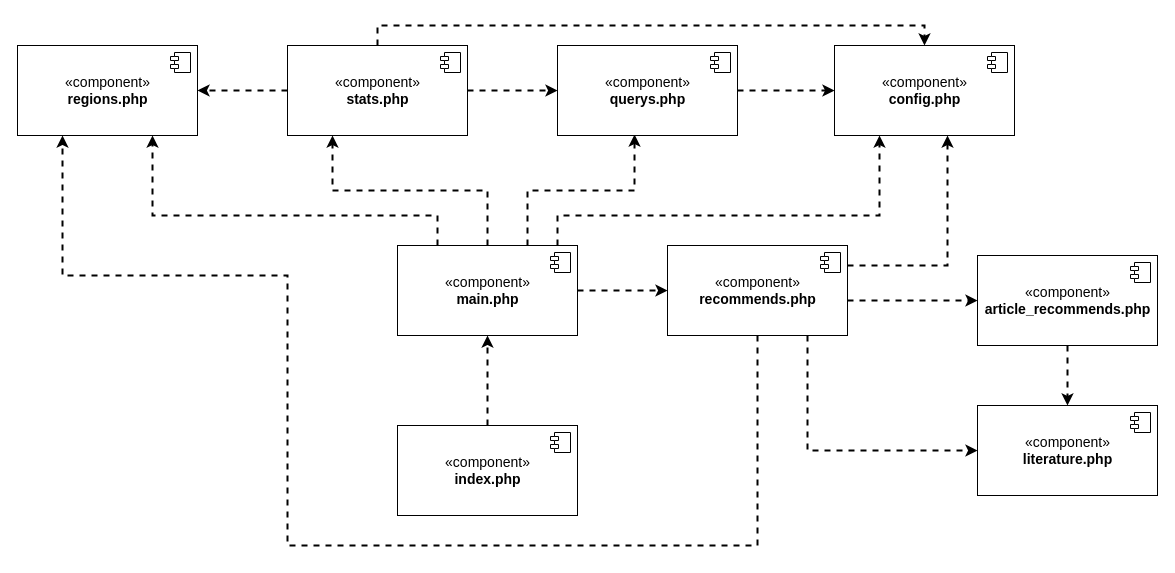
scharkoff/our-safety keeps this draw.io diagram as assets/diagrams/components.drawio. Above is the earlier version. Source tidied: cells renumbered, new cells numbered last; positions are measured from the earlier drawing's top-left corner, leaving out a move shared by most shapes. Both pictures are drawn from the tidied source at 100%, with x=0, y=0 at pixel (17, 25).
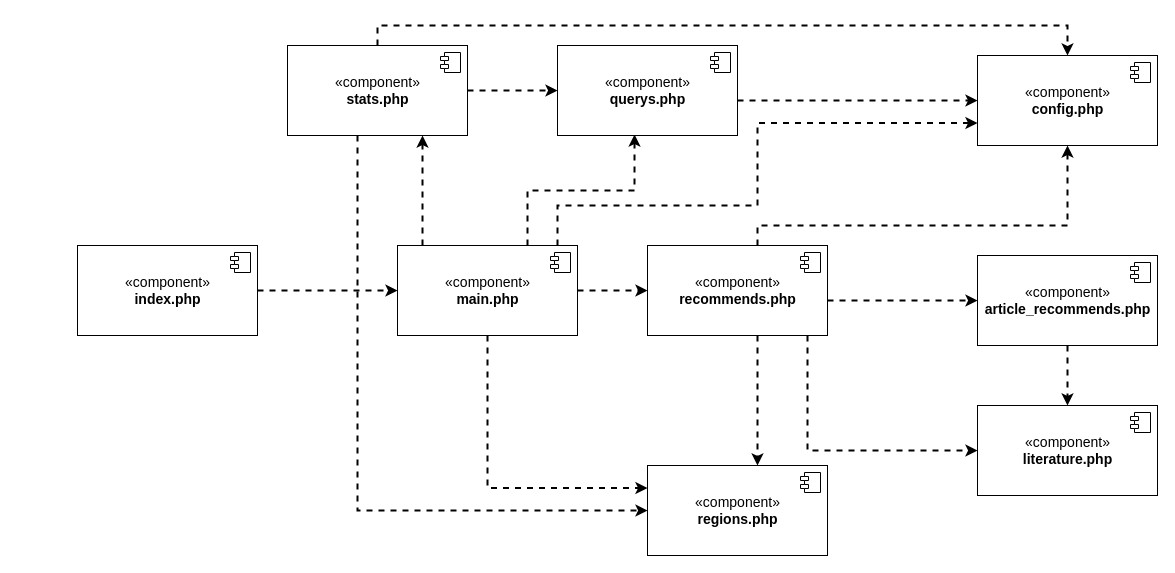
Above is the later version.

Commit message (it also covers changes not shown here):
Pre-finally note version

-- Close to end write note

Unchanged cells that the change refers to:
```xml
<mxCell id="10" value="«component»&lt;br&gt;&lt;b&gt;main.php&lt;/b&gt;" style="html=1;fontSize=14;" parent="1" vertex="1">
  <mxGeometry x="380" y="220" width="180" height="90" as="geometry" />
</mxCell>
<mxCell id="15" value="«component»&lt;br&gt;&lt;b&gt;stats.php&lt;/b&gt;" style="html=1;fontSize=14;" parent="1" vertex="1">
  <mxGeometry x="270" y="20" width="180" height="90" as="geometry" />
</mxCell>
<mxCell id="20" value="«component»&lt;br&gt;&lt;b&gt;querys.php&lt;/b&gt;" style="html=1;fontSize=14;" parent="1" vertex="1">
  <mxGeometry x="540" y="20" width="180" height="90" as="geometry" />
</mxCell>
```

The edit, as a diff of the source:
```diff
@@
-    <mxCell id="2" style="edgeStyle=orthogonalEdgeStyle;rounded=0;jettySize=auto;html=1;entryX=0.5;entryY=1;entryDx=0;entryDy=0;fontSize=14;dashed=1;strokeWidth=2;" parent="1" edge="1" source="3" target="10">
+    <mxCell id="2" style="edgeStyle=orthogonalEdgeStyle;rounded=0;jettySize=auto;html=1;entryX=0;entryY=0.5;entryDx=0;entryDy=0;fontSize=14;dashed=1;strokeWidth=2;" parent="1" edge="1" source="3" target="10">
       <mxGeometry relative="1" as="geometry" />
     </mxCell>
     <mxCell id="3" value="«component»&lt;br&gt;&lt;b&gt;index.php&lt;/b&gt;" style="html=1;fontSize=14;" parent="1" vertex="1">
-      <mxGeometry x="380" y="400" width="180" height="90" as="geometry" />
+      <mxGeometry x="60" y="220" width="180" height="90" as="geometry" />
     </mxCell>
@@
-    <mxCell id="5" style="edgeStyle=orthogonalEdgeStyle;rounded=0;jettySize=auto;html=1;entryX=0.25;entryY=1;entryDx=0;entryDy=0;dashed=1;strokeWidth=2;fontSize=14;" parent="1" edge="1" source="10" target="15">
-      <mxGeometry relative="1" as="geometry" />
+    <mxCell id="5" style="edgeStyle=orthogonalEdgeStyle;rounded=0;jettySize=auto;html=1;entryX=0.75;entryY=1;entryDx=0;entryDy=0;dashed=1;strokeWidth=2;fontSize=14;" parent="1" edge="1" source="10" target="15">
+      <mxGeometry relative="1" as="geometry">
+        <Array as="points">
+          <mxPoint x="405" y="140" />
+          <mxPoint x="405" y="140" />
+        </Array>
+      </mxGeometry>
     </mxCell>
@@
-    <mxCell id="7" style="edgeStyle=orthogonalEdgeStyle;rounded=0;jettySize=auto;html=1;entryX=0.25;entryY=1;entryDx=0;entryDy=0;dashed=1;strokeWidth=2;fontSize=14;" parent="1" edge="1" source="10" target="17">
+    <mxCell id="7" style="edgeStyle=orthogonalEdgeStyle;rounded=0;jettySize=auto;html=1;entryX=0;entryY=0.75;entryDx=0;entryDy=0;dashed=1;strokeWidth=2;fontSize=14;" parent="1" edge="1" source="10" target="17">
       <mxGeometry relative="1" as="geometry">
         <Array as="points">
-          <mxPoint x="540" y="190" />
-          <mxPoint x="862" y="190" />
+          <mxPoint x="540" y="180" />
+          <mxPoint x="740" y="180" />
+          <mxPoint x="740" y="98" />
         </Array>
       </mxGeometry>
     </mxCell>
-    <mxCell id="8" style="edgeStyle=orthogonalEdgeStyle;rounded=0;jettySize=auto;html=1;entryX=0.75;entryY=1;entryDx=0;entryDy=0;dashed=1;strokeWidth=2;fontSize=14;" parent="1" edge="1" source="10" target="22">
+    <mxCell id="8" style="edgeStyle=orthogonalEdgeStyle;rounded=0;jettySize=auto;html=1;entryX=0;entryY=0.25;entryDx=0;entryDy=0;dashed=1;strokeWidth=2;fontSize=14;exitX=0.5;exitY=1;exitDx=0;exitDy=0;" parent="1" edge="1" source="10" target="22">
       <mxGeometry relative="1" as="geometry">
         <Array as="points">
-          <mxPoint x="420" y="190" />
-          <mxPoint x="135" y="190" />
+          <mxPoint x="470" y="463" />
         </Array>
       </mxGeometry>
     </mxCell>
@@
-    <mxCell id="12" style="edgeStyle=orthogonalEdgeStyle;rounded=0;jettySize=auto;html=1;entryX=1;entryY=0.5;entryDx=0;entryDy=0;dashed=1;strokeWidth=2;fontSize=14;" parent="1" edge="1" source="15" target="22">
-      <mxGeometry relative="1" as="geometry" />
+    <mxCell id="12" style="edgeStyle=orthogonalEdgeStyle;rounded=0;jettySize=auto;html=1;entryX=0;entryY=0.5;entryDx=0;entryDy=0;dashed=1;strokeWidth=2;fontSize=14;" parent="1" edge="1" source="15" target="22">
+      <mxGeometry relative="1" as="geometry">
+        <Array as="points">
+          <mxPoint x="340" y="485" />
+        </Array>
+      </mxGeometry>
     </mxCell>
@@
     <mxCell id="14" style="edgeStyle=orthogonalEdgeStyle;rounded=0;jettySize=auto;html=1;entryX=0.5;entryY=0;entryDx=0;entryDy=0;dashed=1;strokeWidth=2;fontSize=14;" parent="1" edge="1" source="15" target="17">
       <mxGeometry relative="1" as="geometry">
         <Array as="points">
           <mxPoint x="360" />
-          <mxPoint x="907" />
+          <mxPoint x="1050" />
         </Array>
       </mxGeometry>
     </mxCell>
@@
     <mxCell id="17" value="«component»&lt;br&gt;&lt;b&gt;config.php&lt;/b&gt;" style="html=1;fontSize=14;" parent="1" vertex="1">
-      <mxGeometry x="817" y="20" width="180" height="90" as="geometry" />
+      <mxGeometry x="960" y="30" width="180" height="90" as="geometry" />
     </mxCell>
@@
     <mxCell id="19" style="edgeStyle=orthogonalEdgeStyle;rounded=0;jettySize=auto;html=1;dashed=1;strokeWidth=2;fontSize=14;" parent="1" edge="1" source="20" target="17">
-      <mxGeometry relative="1" as="geometry" />
+      <mxGeometry relative="1" as="geometry">
+        <Array as="points">
+          <mxPoint x="780" y="75" />
+          <mxPoint x="780" y="75" />
+        </Array>
+      </mxGeometry>
     </mxCell>
@@
     <mxCell id="22" value="«component»&lt;br&gt;&lt;b&gt;regions.php&lt;/b&gt;" style="html=1;fontSize=14;" parent="1" vertex="1">
-      <mxGeometry y="20" width="180" height="90" as="geometry" />
+      <mxGeometry x="630" y="440" width="180" height="90" as="geometry" />
     </mxCell>
@@
-    <mxCell id="24" style="edgeStyle=orthogonalEdgeStyle;rounded=0;jettySize=auto;html=1;entryX=0.25;entryY=1;entryDx=0;entryDy=0;dashed=1;strokeWidth=2;fontSize=14;" parent="1" edge="1" source="28" target="22">
-      <mxGeometry relative="1" as="geometry">
-        <Array as="points">
-          <mxPoint x="740" y="520" />
-          <mxPoint x="270" y="520" />
-          <mxPoint x="270" y="250" />
-          <mxPoint x="45" y="250" />
-        </Array>
-      </mxGeometry>
-    </mxCell>
-    <mxCell id="25" style="edgeStyle=orthogonalEdgeStyle;rounded=0;jettySize=auto;html=1;dashed=1;strokeWidth=2;fontSize=14;" parent="1" edge="1" source="28">
+    <mxCell id="25" style="edgeStyle=orthogonalEdgeStyle;rounded=0;jettySize=auto;html=1;dashed=1;strokeWidth=2;fontSize=14;entryX=0.5;entryY=1;entryDx=0;entryDy=0;" parent="1" edge="1" source="28" target="17">
       <mxGeometry relative="1" as="geometry">
-        <mxPoint x="930" y="110" as="targetPoint" />
         <Array as="points">
-          <mxPoint x="930" y="240" />
+          <mxPoint x="740" y="200" />
+          <mxPoint x="1050" y="200" />
         </Array>
       </mxGeometry>
     </mxCell>
@@
+    <mxCell id="24" style="edgeStyle=orthogonalEdgeStyle;rounded=0;jettySize=auto;html=1;strokeWidth=2;dashed=1;" parent="1" edge="1" source="28" target="22">
+      <mxGeometry relative="1" as="geometry">
+        <Array as="points">
+          <mxPoint x="740" y="410" />
+          <mxPoint x="740" y="410" />
+        </Array>
+      </mxGeometry>
+    </mxCell>
     <mxCell id="28" value="«component»&lt;br&gt;&lt;b&gt;recommends.php&lt;/b&gt;" style="html=1;fontSize=14;" parent="1" vertex="1">
-      <mxGeometry x="650" y="220" width="180" height="90" as="geometry" />
+      <mxGeometry x="630" y="220" width="180" height="90" as="geometry" />
     </mxCell>
```
